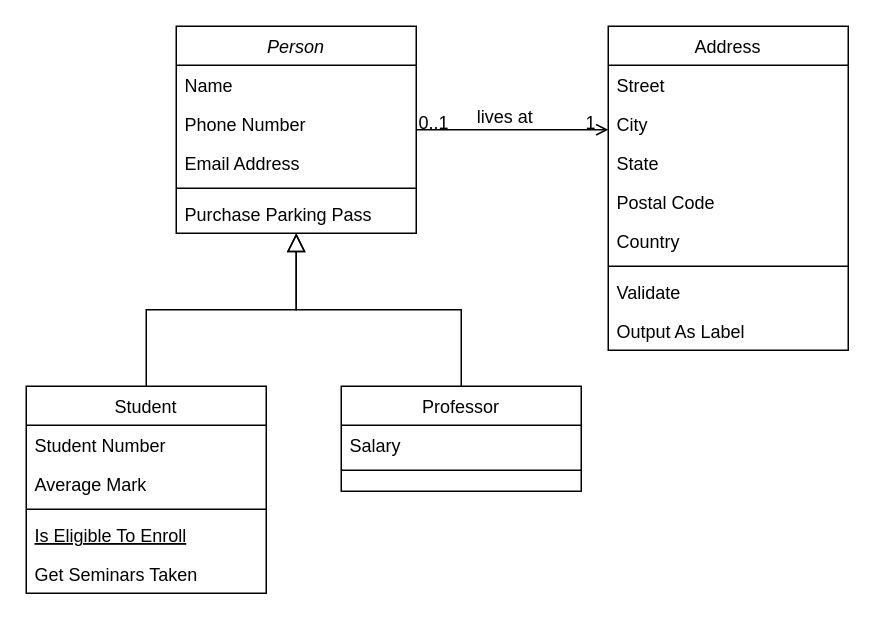
Above: artefile_uml.drawio in akbarNz/projet_dev_ba2 (draw.io), before the change. Source tidied: cells renumbered, new cells numbered last; positions are measured from the earlier drawing's top-left corner, leaving out a move shared by most shapes. Both pictures are drawn from the tidied source at 150%, with x=0, y=0 at pixel (26, 26).
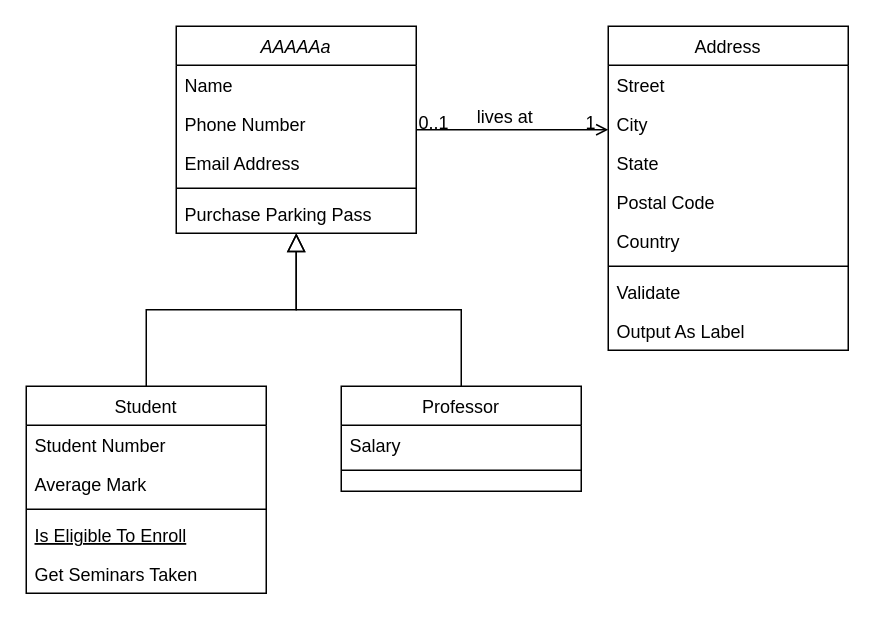
After the change.

Change to the diagram source:
```diff
@@
-    <mxCell id="2" value="Person" style="swimlane;fontStyle=2;align=center;verticalAlign=top;horizontal=1;startSize=26;rounded=0;shadow=0;strokeWidth=1;" parent="1" vertex="1">
+    <mxCell id="2" value="AAAAAa" style="swimlane;fontStyle=2;align=center;verticalAlign=top;horizontal=1;startSize=26;rounded=0;shadow=0;strokeWidth=1;" parent="1" vertex="1">
       <mxGeometry x="100" width="160" height="138" as="geometry" />
     </mxCell>
```
